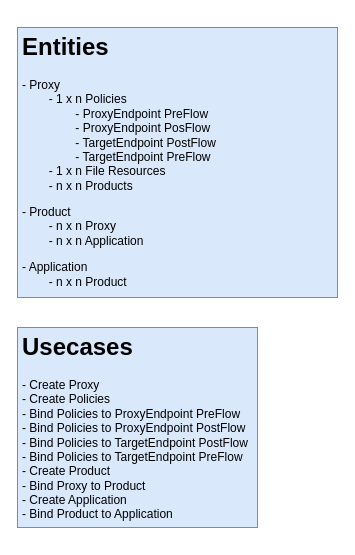
gabriel-rodrigues-f/sap-api-management-architectural-diagrams keeps this draw.io diagram as page "Backend" (1 of 5) of bunge.drawio. Above is the earlier version. Source tidied: cells renumbered, new cells numbered last; positions are measured from the earlier drawing's top-left corner, leaving out a move shared by most shapes. Both pictures are drawn from the tidied source at 100%, with x=0, y=0 at pixel (17, 27).
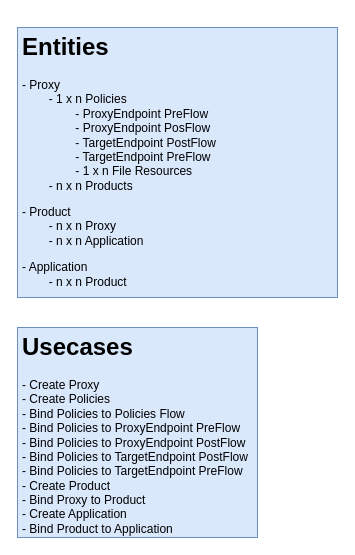
The same page after the edit.

Diff of the diagram source:
```diff
@@
 <mxGraphModel>
   <root>
     <mxCell id="0" />
     <mxCell id="1" parent="0" />
-    <mxCell id="2" value="&lt;h1&gt;Entities&lt;/h1&gt;&lt;p&gt;- Proxy&lt;br&gt;&lt;span style=&quot;background-color: initial;&quot;&gt;&lt;span style=&quot;white-space: pre;&quot;&gt;&#9;&lt;/span&gt;- 1 x n Policies&lt;br&gt;&lt;/span&gt;&lt;span style=&quot;background-color: initial;&quot;&gt;&lt;span style=&quot;white-space: pre;&quot;&gt;&#9;&lt;/span&gt;&lt;span style=&quot;white-space: pre;&quot;&gt;&#9;&lt;/span&gt;- ProxyEndpoint PreFlow&lt;br&gt;&lt;/span&gt;&lt;span style=&quot;background-color: initial;&quot;&gt;&lt;span style=&quot;white-space: pre;&quot;&gt;&#9;&lt;/span&gt;&lt;span style=&quot;white-space: pre;&quot;&gt;&#9;&lt;/span&gt;- ProxyEndpoint PosFlow&lt;br&gt;&lt;/span&gt;&lt;span style=&quot;background-color: initial;&quot;&gt;&lt;span style=&quot;white-space: pre;&quot;&gt;&#9;&lt;/span&gt;&lt;span style=&quot;white-space: pre;&quot;&gt;&#9;&lt;/span&gt;- TargetEndpoint PostFlow&lt;br&gt;&lt;span style=&quot;white-space: pre;&quot;&gt;&#9;&lt;/span&gt;&lt;span style=&quot;white-space: pre;&quot;&gt;&#9;&lt;/span&gt;- TargetEndpoint PreFlow&lt;br&gt;&lt;/span&gt;&lt;span style=&quot;background-color: initial;&quot;&gt;&lt;span style=&quot;white-space: pre;&quot;&gt;&#9;&lt;/span&gt;- 1 x n File Resources&lt;br&gt;&lt;span style=&quot;white-space: pre;&quot;&gt;&#9;&lt;/span&gt;- n x n Products&lt;br&gt;&lt;/span&gt;&lt;/p&gt;&lt;p&gt;&lt;/p&gt;&lt;p&gt;&lt;span style=&quot;background-color: initial;&quot;&gt;- Product&lt;br&gt;&lt;span style=&quot;white-space: pre;&quot;&gt;&#9;&lt;/span&gt;- n x n Proxy&lt;br&gt;&lt;span style=&quot;white-space: pre;&quot;&gt;&#9;&lt;/span&gt;- n x n Application&lt;br&gt;&lt;/span&gt;&lt;/p&gt;&lt;p&gt;&lt;span style=&quot;background-color: initial;&quot;&gt;- Application&lt;br&gt;&lt;span style=&quot;white-space: pre;&quot;&gt;&#9;&lt;/span&gt;- n x n Product&lt;br&gt;&lt;/span&gt;&lt;/p&gt;" style="text;html=1;strokeColor=#6c8ebf;fillColor=#dae8fc;spacing=5;spacingTop=-20;whiteSpace=wrap;overflow=hidden;rounded=0;" parent="1" vertex="1">
+    <mxCell id="2" value="&lt;h1&gt;Entities&lt;/h1&gt;&lt;p&gt;- Proxy&lt;br&gt;&lt;span style=&quot;background-color: initial;&quot;&gt;&lt;span style=&quot;white-space: pre;&quot;&gt;&#9;&lt;/span&gt;- 1 x n Policies&lt;br&gt;&lt;/span&gt;&lt;span style=&quot;background-color: initial;&quot;&gt;&lt;span style=&quot;white-space: pre;&quot;&gt;&#9;&lt;/span&gt;&lt;span style=&quot;white-space: pre;&quot;&gt;&#9;&lt;/span&gt;- ProxyEndpoint PreFlow&lt;br&gt;&lt;/span&gt;&lt;span style=&quot;background-color: initial;&quot;&gt;&lt;span style=&quot;white-space: pre;&quot;&gt;&#9;&lt;/span&gt;&lt;span style=&quot;white-space: pre;&quot;&gt;&#9;&lt;/span&gt;- ProxyEndpoint PosFlow&lt;br&gt;&lt;/span&gt;&lt;span style=&quot;background-color: initial;&quot;&gt;&lt;span style=&quot;white-space: pre;&quot;&gt;&#9;&lt;/span&gt;&lt;span style=&quot;white-space: pre;&quot;&gt;&#9;&lt;/span&gt;- TargetEndpoint PostFlow&lt;br&gt;&lt;span style=&quot;white-space: pre;&quot;&gt;&#9;&lt;/span&gt;&lt;span style=&quot;white-space: pre;&quot;&gt;&#9;&lt;/span&gt;- TargetEndpoint PreFlow&lt;br&gt;&lt;/span&gt;&lt;span style=&quot;background-color: initial;&quot;&gt;&lt;span style=&quot;white-space: pre;&quot;&gt;&lt;span style=&quot;white-space: pre;&quot;&gt;&#9;&lt;/span&gt;&#9;&lt;/span&gt;- 1 x n File Resources&lt;br&gt;&lt;span style=&quot;white-space: pre;&quot;&gt;&#9;&lt;/span&gt;- n x n Products&lt;br&gt;&lt;/span&gt;&lt;/p&gt;&lt;p&gt;&lt;/p&gt;&lt;p&gt;&lt;span style=&quot;background-color: initial;&quot;&gt;- Product&lt;br&gt;&lt;span style=&quot;white-space: pre;&quot;&gt;&#9;&lt;/span&gt;- n x n Proxy&lt;br&gt;&lt;span style=&quot;white-space: pre;&quot;&gt;&#9;&lt;/span&gt;- n x n Application&lt;br&gt;&lt;/span&gt;&lt;/p&gt;&lt;p&gt;&lt;span style=&quot;background-color: initial;&quot;&gt;- Application&lt;br&gt;&lt;span style=&quot;white-space: pre;&quot;&gt;&#9;&lt;/span&gt;- n x n Product&lt;br&gt;&lt;/span&gt;&lt;/p&gt;" style="text;html=1;strokeColor=#6c8ebf;fillColor=#dae8fc;spacing=5;spacingTop=-20;whiteSpace=wrap;overflow=hidden;rounded=0;" parent="1" vertex="1">
       <mxGeometry width="320" height="270" as="geometry" />
     </mxCell>
-    <mxCell id="3" value="&lt;h1&gt;Usecases&lt;/h1&gt;&lt;p&gt;- Create Proxy&lt;br&gt;&lt;span style=&quot;background-color: initial;&quot;&gt;- Create Policies&lt;br&gt;&lt;/span&gt;&lt;span style=&quot;background-color: initial;&quot;&gt;- Bind Policies to ProxyEndpoint PreFlow&lt;br&gt;&lt;/span&gt;&lt;span style=&quot;background-color: initial;&quot;&gt;- Bind Policies to ProxyEndpoint PostFlow&lt;br&gt;&lt;/span&gt;&lt;span style=&quot;background-color: initial;&quot;&gt;- Bind Policies to TargetEndpoint PostFlow&lt;br&gt;&lt;/span&gt;&lt;span style=&quot;background-color: initial;&quot;&gt;- Bind Policies to TargetEndpoint PreFlow&lt;br&gt;&lt;/span&gt;&lt;span style=&quot;background-color: initial;&quot;&gt;- Create Product&lt;br&gt;&lt;/span&gt;&lt;span style=&quot;background-color: initial;&quot;&gt;- Bind Proxy to Product&lt;br&gt;&lt;/span&gt;&lt;span style=&quot;background-color: initial;&quot;&gt;- Create Application&lt;br&gt;&lt;/span&gt;&lt;span style=&quot;background-color: initial;&quot;&gt;- Bind Product to Application&lt;/span&gt;&lt;/p&gt;" style="text;html=1;strokeColor=#6c8ebf;fillColor=#dae8fc;spacing=5;spacingTop=-20;whiteSpace=wrap;overflow=hidden;rounded=0;" parent="1" vertex="1">
-      <mxGeometry y="300" width="240" height="200" as="geometry" />
+    <mxCell id="3" value="&lt;h1&gt;Usecases&lt;/h1&gt;&lt;p&gt;- Create Proxy&lt;br&gt;&lt;span style=&quot;background-color: initial;&quot;&gt;- Create Policies&lt;br&gt;- Bind Policies to Policies Flow&lt;br&gt;&lt;/span&gt;&lt;span style=&quot;background-color: initial;&quot;&gt;- Bind Policies to ProxyEndpoint PreFlow&lt;br&gt;&lt;/span&gt;&lt;span style=&quot;background-color: initial;&quot;&gt;- Bind Policies to ProxyEndpoint PostFlow&lt;br&gt;&lt;/span&gt;&lt;span style=&quot;background-color: initial;&quot;&gt;- Bind Policies to TargetEndpoint PostFlow&lt;br&gt;&lt;/span&gt;&lt;span style=&quot;background-color: initial;&quot;&gt;- Bind Policies to TargetEndpoint PreFlow&lt;br&gt;&lt;/span&gt;&lt;span style=&quot;background-color: initial;&quot;&gt;- Create Product&lt;br&gt;&lt;/span&gt;&lt;span style=&quot;background-color: initial;&quot;&gt;- Bind Proxy to Product&lt;br&gt;&lt;/span&gt;&lt;span style=&quot;background-color: initial;&quot;&gt;- Create Application&lt;br&gt;&lt;/span&gt;&lt;span style=&quot;background-color: initial;&quot;&gt;- Bind Product to Application&lt;/span&gt;&lt;/p&gt;" style="text;html=1;strokeColor=#6c8ebf;fillColor=#dae8fc;spacing=5;spacingTop=-20;whiteSpace=wrap;overflow=hidden;rounded=0;" parent="1" vertex="1">
+      <mxGeometry y="300" width="240" height="210" as="geometry" />
     </mxCell>
   </root>
 </mxGraphModel>
```
